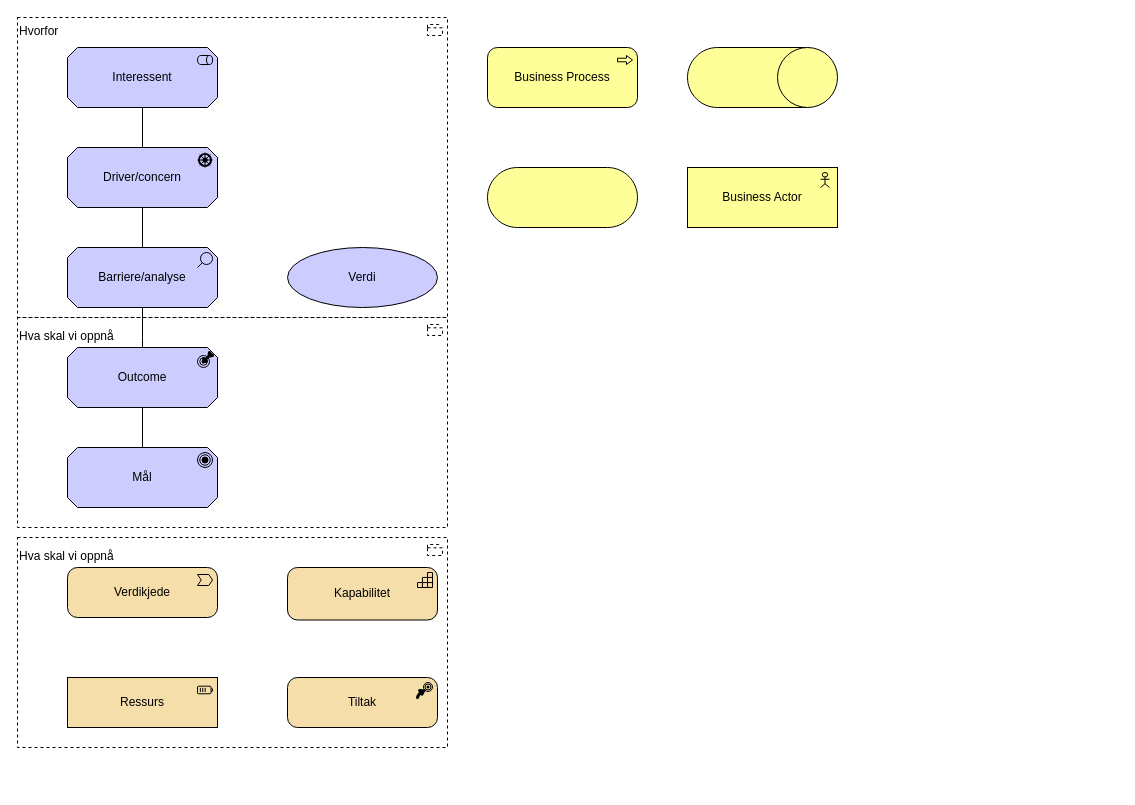
hdir/Digital-Forstelinje keeps this draw.io diagram as currentbuild/why/arkitektur-motivasjon.drawio. Above is the earlier version. Source tidied: cells renumbered, new cells numbered last; positions are measured from the earlier drawing's top-left corner, leaving out a move shared by most shapes. Both pictures are drawn from the tidied source at 100%, with x=0, y=0 at pixel (17, 17).
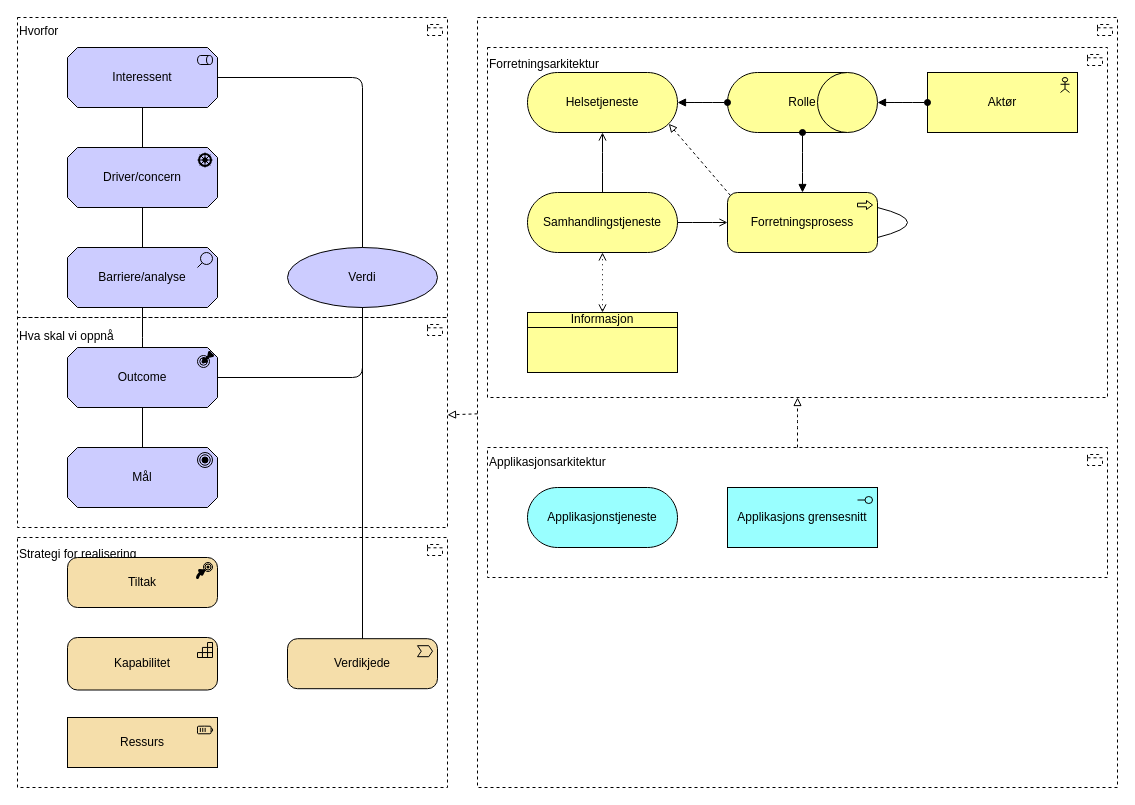
After the change.

The change refers to these unchanged cells:
```xml
<mxCell id="2" value="Hva skal vi oppnå&lt;div&gt;&lt;font color=&quot;#000000&quot;&gt;&lt;br&gt;&lt;/font&gt;&lt;/div&gt;&lt;div&gt;&lt;font color=&quot;#000000&quot;&gt;&lt;br&gt;&lt;/font&gt;&lt;/div&gt;&lt;div&gt;&lt;font color=&quot;#000000&quot;&gt;&lt;br&gt;&lt;/font&gt;&lt;/div&gt;&lt;div&gt;&lt;font color=&quot;#000000&quot;&gt;&lt;br&gt;&lt;/font&gt;&lt;/div&gt;&lt;div&gt;&lt;font color=&quot;#000000&quot;&gt;&lt;br&gt;&lt;/font&gt;&lt;/div&gt;&lt;div&gt;&lt;font color=&quot;#000000&quot;&gt;&lt;br&gt;&lt;/font&gt;&lt;/div&gt;&lt;div&gt;&lt;font color=&quot;#000000&quot;&gt;&lt;br&gt;&lt;/font&gt;&lt;/div&gt;&lt;div&gt;&lt;font color=&quot;#000000&quot;&gt;&lt;br&gt;&lt;/font&gt;&lt;/div&gt;&lt;div&gt;&lt;font color=&quot;#000000&quot;&gt;&lt;br&gt;&lt;/font&gt;&lt;div&gt;&lt;br&gt;&lt;/div&gt;&lt;div&gt;&lt;br&gt;&lt;/div&gt;&lt;div&gt;&lt;br&gt;&lt;/div&gt;&lt;/div&gt;" style="html=1;outlineConnect=0;whiteSpace=wrap;shape=mxgraph.archimate3.application;appType=grouping;archiType=square;dashed=1;fillColor=none;align=left;" parent="1" vertex="1">
  <mxGeometry y="300" width="430" height="210" as="geometry" />
</mxCell>
<mxCell id="4" value="Interessent" style="html=1;outlineConnect=0;whiteSpace=wrap;fillColor=#CCCCFF;shape=mxgraph.archimate3.application;appType=role;archiType=oct;" parent="1" vertex="1">
  <mxGeometry x="50" y="30" width="150" height="60" as="geometry" />
</mxCell>
<mxCell id="6" value="Outcome" style="html=1;outlineConnect=0;whiteSpace=wrap;fillColor=#CCCCFF;shape=mxgraph.archimate3.application;appType=outcome;archiType=oct;" parent="1" vertex="1">
  <mxGeometry x="50" y="330" width="150" height="60" as="geometry" />
</mxCell>
<mxCell id="12" value="Verdi" style="shape=ellipse;html=1;whiteSpace=wrap;fillColor=#CCCCFF;" parent="1" vertex="1">
  <mxGeometry x="270" y="230" width="150" height="60" as="geometry" />
</mxCell>
```

The edit, as a diff of the source:
```diff
@@
+    <mxCell id="23" value="&lt;div&gt;&lt;br&gt;&lt;/div&gt;&lt;div&gt;&lt;br&gt;&lt;/div&gt;&lt;div&gt;&lt;br&gt;&lt;/div&gt;&lt;div&gt;&lt;br&gt;&lt;/div&gt;&lt;div&gt;&lt;br&gt;&lt;/div&gt;&lt;div&gt;&lt;br&gt;&lt;/div&gt;&lt;div&gt;&lt;br&gt;&lt;/div&gt;&lt;div&gt;&lt;br&gt;&lt;/div&gt;&lt;div&gt;&lt;br&gt;&lt;/div&gt;&lt;div&gt;&lt;br&gt;&lt;/div&gt;&lt;div&gt;&lt;br&gt;&lt;/div&gt;&lt;div&gt;&lt;br&gt;&lt;/div&gt;&lt;div&gt;&lt;br&gt;&lt;/div&gt;&lt;div&gt;&lt;br&gt;&lt;/div&gt;&lt;div&gt;&lt;br&gt;&lt;/div&gt;&lt;div&gt;&lt;br&gt;&lt;/div&gt;&lt;div&gt;&lt;br&gt;&lt;/div&gt;&lt;div&gt;&lt;br&gt;&lt;/div&gt;&lt;div&gt;&lt;br&gt;&lt;/div&gt;&lt;div&gt;&lt;br&gt;&lt;/div&gt;&lt;div&gt;&lt;br&gt;&lt;/div&gt;&lt;div&gt;&lt;br&gt;&lt;/div&gt;" style="html=1;outlineConnect=0;whiteSpace=wrap;shape=mxgraph.archimate3.application;appType=grouping;archiType=square;dashed=1;fillColor=none;align=left;" parent="1" vertex="1">
+      <mxGeometry x="460" width="640" height="770" as="geometry" />
+    </mxCell>
+    <mxCell id="24" value="&lt;div&gt;Forretningsarkitektur&lt;/div&gt;&lt;div&gt;&lt;br&gt;&lt;/div&gt;&lt;div&gt;&lt;br&gt;&lt;/div&gt;&lt;div&gt;&lt;br&gt;&lt;/div&gt;&lt;div&gt;&lt;br&gt;&lt;/div&gt;&lt;div&gt;&lt;br&gt;&lt;/div&gt;&lt;div&gt;&lt;br&gt;&lt;/div&gt;&lt;div&gt;&lt;br&gt;&lt;/div&gt;&lt;div&gt;&lt;br&gt;&lt;/div&gt;&lt;div&gt;&lt;br&gt;&lt;/div&gt;&lt;div&gt;&lt;br&gt;&lt;/div&gt;&lt;div&gt;&lt;br&gt;&lt;/div&gt;&lt;div&gt;&lt;br&gt;&lt;/div&gt;&lt;div&gt;&lt;br&gt;&lt;/div&gt;&lt;div&gt;&lt;br&gt;&lt;/div&gt;&lt;div&gt;&lt;br&gt;&lt;/div&gt;&lt;div&gt;&lt;br&gt;&lt;/div&gt;&lt;div&gt;&lt;br&gt;&lt;/div&gt;&lt;div&gt;&lt;br&gt;&lt;/div&gt;&lt;div&gt;&lt;br&gt;&lt;/div&gt;&lt;div&gt;&lt;br&gt;&lt;/div&gt;&lt;div&gt;&lt;br&gt;&lt;/div&gt;&lt;div&gt;&lt;br&gt;&lt;/div&gt;" style="html=1;outlineConnect=0;whiteSpace=wrap;shape=mxgraph.archimate3.application;appType=grouping;archiType=square;dashed=1;fillColor=none;align=left;" parent="1" vertex="1">
+      <mxGeometry x="470" y="30" width="620" height="350" as="geometry" />
+    </mxCell>
+    <mxCell id="22" value="Strategi for realisering&lt;div&gt;&lt;font color=&quot;#000000&quot;&gt;&lt;br&gt;&lt;/font&gt;&lt;/div&gt;&lt;div&gt;&lt;font color=&quot;#000000&quot;&gt;&lt;br&gt;&lt;/font&gt;&lt;/div&gt;&lt;div&gt;&lt;font color=&quot;#000000&quot;&gt;&lt;br&gt;&lt;/font&gt;&lt;div&gt;&lt;font color=&quot;#000000&quot;&gt;&lt;br&gt;&lt;/font&gt;&lt;/div&gt;&lt;div&gt;&lt;font color=&quot;#000000&quot;&gt;&lt;br&gt;&lt;/font&gt;&lt;/div&gt;&lt;div&gt;&lt;font color=&quot;#000000&quot;&gt;&lt;br&gt;&lt;/font&gt;&lt;/div&gt;&lt;div&gt;&lt;font color=&quot;#000000&quot;&gt;&lt;br&gt;&lt;/font&gt;&lt;/div&gt;&lt;div&gt;&lt;font color=&quot;#000000&quot;&gt;&lt;br&gt;&lt;/font&gt;&lt;/div&gt;&lt;div&gt;&lt;font color=&quot;#000000&quot;&gt;&lt;br&gt;&lt;/font&gt;&lt;/div&gt;&lt;div&gt;&lt;font color=&quot;#000000&quot;&gt;&lt;br&gt;&lt;/font&gt;&lt;/div&gt;&lt;div&gt;&lt;font color=&quot;#000000&quot;&gt;&lt;br&gt;&lt;/font&gt;&lt;/div&gt;&lt;div&gt;&lt;font color=&quot;#000000&quot;&gt;&lt;br&gt;&lt;/font&gt;&lt;div&gt;&lt;br&gt;&lt;/div&gt;&lt;div&gt;&lt;br&gt;&lt;/div&gt;&lt;div&gt;&lt;br&gt;&lt;/div&gt;&lt;/div&gt;&lt;/div&gt;" style="html=1;whiteSpace=wrap;shape=mxgraph.archimate3.application;appType=grouping;archiType=square;dashed=1;fillColor=none;align=left;" parent="1" vertex="1">
+      <mxGeometry y="520" width="430" height="250" as="geometry" />
+    </mxCell>
@@
+    <mxCell id="21" value="Hvorfor&lt;div&gt;&lt;br&gt;&lt;/div&gt;&lt;div&gt;&lt;br&gt;&lt;/div&gt;&lt;div&gt;&lt;br&gt;&lt;/div&gt;&lt;div&gt;&lt;br&gt;&lt;/div&gt;&lt;div&gt;&lt;br&gt;&lt;/div&gt;&lt;div&gt;&lt;br&gt;&lt;/div&gt;&lt;div&gt;&lt;br&gt;&lt;/div&gt;&lt;div&gt;&lt;br&gt;&lt;/div&gt;&lt;div&gt;&lt;br&gt;&lt;/div&gt;&lt;div&gt;&lt;br&gt;&lt;/div&gt;&lt;div&gt;&lt;br&gt;&lt;/div&gt;&lt;div&gt;&lt;br&gt;&lt;/div&gt;&lt;div&gt;&lt;br&gt;&lt;/div&gt;&lt;div&gt;&lt;br&gt;&lt;/div&gt;&lt;div&gt;&lt;br&gt;&lt;/div&gt;&lt;div&gt;&lt;br&gt;&lt;/div&gt;&lt;div&gt;&lt;br&gt;&lt;/div&gt;&lt;div&gt;&lt;br&gt;&lt;/div&gt;&lt;div&gt;&lt;br&gt;&lt;/div&gt;" style="html=1;whiteSpace=wrap;shape=mxgraph.archimate3.application;appType=grouping;archiType=square;dashed=1;fillColor=none;align=left;" parent="1" vertex="1">
+      <mxGeometry width="430" height="300" as="geometry" />
+    </mxCell>
@@
     <mxCell id="13" value="Verdikjede" style="html=1;outlineConnect=0;whiteSpace=wrap;fillColor=#F5DEAA;shape=mxgraph.archimate3.application;appType=valueStream;archiType=rounded;" parent="1" vertex="1">
-      <mxGeometry x="50" y="550" width="150" height="50" as="geometry" />
+      <mxGeometry x="270" y="621.2" width="150" height="50" as="geometry" />
     </mxCell>
     <mxCell id="14" value="Kapabilitet" style="html=1;whiteSpace=wrap;fillColor=#F5DEAA;shape=mxgraph.archimate3.application;appType=capability;archiType=rounded;" parent="1" vertex="1">
-      <mxGeometry x="270" y="550" width="150" height="52.5" as="geometry" />
+      <mxGeometry x="50" y="620" width="150" height="52.5" as="geometry" />
     </mxCell>
     <mxCell id="15" value="Tiltak" style="html=1;whiteSpace=wrap;fillColor=#F5DEAA;shape=mxgraph.archimate3.application;appType=course;archiType=rounded;" parent="1" vertex="1">
-      <mxGeometry x="270" y="660" width="150" height="50" as="geometry" />
+      <mxGeometry x="50" y="540" width="150" height="50" as="geometry" />
     </mxCell>
     <mxCell id="16" value="Ressurs" style="html=1;whiteSpace=wrap;fillColor=#F5DEAA;shape=mxgraph.archimate3.application;appType=resource;archiType=square;" parent="1" vertex="1">
-      <mxGeometry x="50" y="660" width="150" height="50" as="geometry" />
+      <mxGeometry x="50" y="700" width="150" height="50" as="geometry" />
     </mxCell>
-    <mxCell id="17" style="html=1;outlineConnect=0;whiteSpace=wrap;fillColor=#ffff99;shape=mxgraph.archimate3.role;" parent="1" vertex="1">
-      <mxGeometry x="670" y="30" width="150" height="60" as="geometry" />
+    <mxCell id="17" value="Rolle" style="html=1;outlineConnect=0;whiteSpace=wrap;fillColor=#ffff99;shape=mxgraph.archimate3.role;" parent="1" vertex="1">
+      <mxGeometry x="710" y="55" width="150" height="60" as="geometry" />
     </mxCell>
-    <mxCell id="18" value="Business Process" style="html=1;outlineConnect=0;whiteSpace=wrap;fillColor=#ffff99;shape=mxgraph.archimate3.application;appType=proc;archiType=rounded;" parent="1" vertex="1">
-      <mxGeometry x="470" y="30" width="150" height="60" as="geometry" />
+    <mxCell id="18" value="Forretningsprosess" style="html=1;outlineConnect=0;whiteSpace=wrap;fillColor=#ffff99;shape=mxgraph.archimate3.application;appType=proc;archiType=rounded;" parent="1" vertex="1">
+      <mxGeometry x="710" y="175" width="150" height="60" as="geometry" />
     </mxCell>
-    <mxCell id="19" style="html=1;outlineConnect=0;whiteSpace=wrap;fillColor=#ffff99;shape=mxgraph.archimate3.service;" parent="1" vertex="1">
-      <mxGeometry x="470" y="150" width="150" height="60" as="geometry" />
+    <mxCell id="19" value="Samhandlingstjeneste" style="html=1;outlineConnect=0;whiteSpace=wrap;fillColor=#ffff99;shape=mxgraph.archimate3.service;" parent="1" vertex="1">
+      <mxGeometry x="510" y="175" width="150" height="60" as="geometry" />
     </mxCell>
-    <mxCell id="20" value="Business Actor" style="html=1;outlineConnect=0;whiteSpace=wrap;fillColor=#ffff99;shape=mxgraph.archimate3.application;appType=actor;archiType=square;" parent="1" vertex="1">
-      <mxGeometry x="670" y="150" width="150" height="60" as="geometry" />
+    <mxCell id="20" value="Aktør" style="html=1;outlineConnect=0;whiteSpace=wrap;fillColor=#ffff99;shape=mxgraph.archimate3.application;appType=actor;archiType=square;" parent="1" vertex="1">
+      <mxGeometry x="910" y="55" width="150" height="60" as="geometry" />
     </mxCell>
-    <mxCell id="21" value="Hvorfor&lt;div&gt;&lt;br&gt;&lt;/div&gt;&lt;div&gt;&lt;br&gt;&lt;/div&gt;&lt;div&gt;&lt;br&gt;&lt;/div&gt;&lt;div&gt;&lt;br&gt;&lt;/div&gt;&lt;div&gt;&lt;br&gt;&lt;/div&gt;&lt;div&gt;&lt;br&gt;&lt;/div&gt;&lt;div&gt;&lt;br&gt;&lt;/div&gt;&lt;div&gt;&lt;br&gt;&lt;/div&gt;&lt;div&gt;&lt;br&gt;&lt;/div&gt;&lt;div&gt;&lt;br&gt;&lt;/div&gt;&lt;div&gt;&lt;br&gt;&lt;/div&gt;&lt;div&gt;&lt;br&gt;&lt;/div&gt;&lt;div&gt;&lt;br&gt;&lt;/div&gt;&lt;div&gt;&lt;br&gt;&lt;/div&gt;&lt;div&gt;&lt;br&gt;&lt;/div&gt;&lt;div&gt;&lt;br&gt;&lt;/div&gt;&lt;div&gt;&lt;br&gt;&lt;/div&gt;&lt;div&gt;&lt;br&gt;&lt;/div&gt;&lt;div&gt;&lt;br&gt;&lt;/div&gt;" style="html=1;whiteSpace=wrap;shape=mxgraph.archimate3.application;appType=grouping;archiType=square;dashed=1;fillColor=none;align=left;" parent="1" vertex="1">
-      <mxGeometry width="430" height="300" as="geometry" />
-    </mxCell>
-    <mxCell id="22" value="Hva skal vi oppnå&lt;div&gt;&lt;font color=&quot;#000000&quot;&gt;&lt;br&gt;&lt;/font&gt;&lt;/div&gt;&lt;div&gt;&lt;font color=&quot;#000000&quot;&gt;&lt;br&gt;&lt;/font&gt;&lt;/div&gt;&lt;div&gt;&lt;font color=&quot;#000000&quot;&gt;&lt;br&gt;&lt;/font&gt;&lt;/div&gt;&lt;div&gt;&lt;font color=&quot;#000000&quot;&gt;&lt;br&gt;&lt;/font&gt;&lt;/div&gt;&lt;div&gt;&lt;font color=&quot;#000000&quot;&gt;&lt;br&gt;&lt;/font&gt;&lt;/div&gt;&lt;div&gt;&lt;font color=&quot;#000000&quot;&gt;&lt;br&gt;&lt;/font&gt;&lt;/div&gt;&lt;div&gt;&lt;font color=&quot;#000000&quot;&gt;&lt;br&gt;&lt;/font&gt;&lt;/div&gt;&lt;div&gt;&lt;font color=&quot;#000000&quot;&gt;&lt;br&gt;&lt;/font&gt;&lt;/div&gt;&lt;div&gt;&lt;font color=&quot;#000000&quot;&gt;&lt;br&gt;&lt;/font&gt;&lt;div&gt;&lt;br&gt;&lt;/div&gt;&lt;div&gt;&lt;br&gt;&lt;/div&gt;&lt;div&gt;&lt;br&gt;&lt;/div&gt;&lt;/div&gt;" style="html=1;whiteSpace=wrap;shape=mxgraph.archimate3.application;appType=grouping;archiType=square;dashed=1;fillColor=none;align=left;" parent="1" vertex="1">
-      <mxGeometry y="520" width="430" height="210" as="geometry" />
-    </mxCell>
+    <mxCell id="25" style="html=1;endArrow=none;elbow=vertical;entryX=0.5;entryY=1;entryDx=0;entryDy=0;exitX=1;exitY=0.5;exitDx=0;exitDy=0;exitPerimeter=0;edgeStyle=orthogonalEdgeStyle;" parent="1" edge="1" source="6" target="12">
+      <mxGeometry relative="1" as="geometry" />
+    </mxCell>
+    <mxCell id="26" style="html=1;endArrow=none;elbow=vertical;entryX=1;entryY=0.5;entryDx=0;entryDy=0;exitX=0.5;exitY=0;exitDx=0;exitDy=0;entryPerimeter=0;edgeStyle=orthogonalEdgeStyle;" parent="1" edge="1" source="12" target="4">
+      <mxGeometry relative="1" as="geometry" />
+    </mxCell>
+    <mxCell id="27" style="html=1;endArrow=none;elbow=vertical;entryX=0.5;entryY=1;entryDx=0;entryDy=0;exitX=0.5;exitY=0;exitDx=0;exitDy=0;exitPerimeter=0;edgeStyle=orthogonalEdgeStyle;" parent="1" edge="1" source="13" target="12">
+      <mxGeometry relative="1" as="geometry" />
+    </mxCell>
+    <mxCell id="28" value="Helsetjeneste" style="html=1;outlineConnect=0;whiteSpace=wrap;fillColor=#ffff99;shape=mxgraph.archimate3.service;" parent="1" vertex="1">
+      <mxGeometry x="510" y="55" width="150" height="60" as="geometry" />
+    </mxCell>
+    <mxCell id="29" value="Informasjon" style="html=1;outlineConnect=0;whiteSpace=wrap;fillColor=#ffff99;shape=mxgraph.archimate3.businessObject;overflow=fill;" parent="1" vertex="1">
+      <mxGeometry x="510" y="295" width="150" height="60" as="geometry" />
+    </mxCell>
+    <mxCell id="30" style="edgeStyle=elbowEdgeStyle;html=1;endArrow=open;elbow=vertical;endFill=1;entryX=0;entryY=0.5;entryDx=0;entryDy=0;entryPerimeter=0;exitX=0;exitY=0;exitDx=150;exitDy=30;exitPerimeter=0;" parent="1" edge="1" source="19" target="18">
+      <mxGeometry relative="1" as="geometry" />
+    </mxCell>
+    <mxCell id="31" style="edgeStyle=elbowEdgeStyle;html=1;endArrow=open;elbow=vertical;endFill=0;dashed=1;startArrow=open;startFill=0;dashPattern=1 4;entryX=0.5;entryY=1;entryDx=0;entryDy=0;entryPerimeter=0;exitX=0.5;exitY=0;exitDx=0;exitDy=0;exitPerimeter=0;" parent="1" edge="1" source="29" target="19">
+      <mxGeometry relative="1" as="geometry" />
+    </mxCell>
+    <mxCell id="32" style="html=1;endArrow=block;elbow=vertical;endFill=0;dashed=1;entryX=0;entryY=0;entryDx=141.3;entryDy=51.3;entryPerimeter=0;exitX=0;exitY=0;exitDx=2.9;exitDy=2.9;exitPerimeter=0;" parent="1" edge="1" source="18" target="28">
+      <mxGeometry relative="1" as="geometry" />
+    </mxCell>
+    <mxCell id="33" style="edgeStyle=elbowEdgeStyle;html=1;endArrow=open;elbow=vertical;endFill=1;entryX=0.5;entryY=1;entryDx=0;entryDy=0;entryPerimeter=0;exitX=0.5;exitY=0;exitDx=0;exitDy=0;exitPerimeter=0;" parent="1" edge="1" source="19" target="28">
+      <mxGeometry relative="1" as="geometry" />
+    </mxCell>
+    <mxCell id="34" style="endArrow=block;html=1;endFill=1;startArrow=oval;startFill=1;edgeStyle=elbowEdgeStyle;elbow=vertical;entryX=0;entryY=0;entryDx=150;entryDy=30;entryPerimeter=0;exitX=0;exitY=0.5;exitDx=0;exitDy=0;exitPerimeter=0;" parent="1" edge="1" source="17" target="28">
+      <mxGeometry relative="1" as="geometry" />
+    </mxCell>
+    <mxCell id="35" style="endArrow=block;html=1;endFill=1;startArrow=oval;startFill=1;edgeStyle=elbowEdgeStyle;elbow=vertical;entryX=1;entryY=0.5;entryDx=0;entryDy=0;entryPerimeter=0;exitX=0;exitY=0.5;exitDx=0;exitDy=0;exitPerimeter=0;" parent="1" edge="1" source="20" target="17">
+      <mxGeometry relative="1" as="geometry" />
+    </mxCell>
+    <mxCell id="36" style="endArrow=block;html=1;endFill=1;startArrow=oval;startFill=1;edgeStyle=elbowEdgeStyle;elbow=vertical;exitX=0.5;exitY=1;exitDx=0;exitDy=0;exitPerimeter=0;entryX=0.5;entryY=0;entryDx=0;entryDy=0;entryPerimeter=0;" parent="1" edge="1" source="17" target="18">
+      <mxGeometry relative="1" as="geometry" />
+    </mxCell>
+    <mxCell id="37" value="&lt;div&gt;Applikasjonsarkitektur&lt;/div&gt;&lt;div&gt;&lt;br&gt;&lt;/div&gt;&lt;div&gt;&lt;br&gt;&lt;/div&gt;&lt;div&gt;&lt;br&gt;&lt;/div&gt;&lt;div&gt;&lt;br&gt;&lt;/div&gt;&lt;div&gt;&lt;br&gt;&lt;/div&gt;&lt;div&gt;&lt;br&gt;&lt;/div&gt;&lt;div&gt;&lt;br&gt;&lt;/div&gt;" style="html=1;outlineConnect=0;whiteSpace=wrap;shape=mxgraph.archimate3.application;appType=grouping;archiType=square;dashed=1;fillColor=none;align=left;" parent="1" vertex="1">
+      <mxGeometry x="470" y="430" width="620" height="130" as="geometry" />
+    </mxCell>
+    <mxCell id="38" style="edgeStyle=orthogonalEdgeStyle;html=1;endArrow=none;elbow=vertical;entryX=1;entryY=0.75;entryDx=0;entryDy=0;entryPerimeter=0;exitX=1;exitY=0.25;exitDx=0;exitDy=0;exitPerimeter=0;curved=1;" parent="1" edge="1" source="18" target="18">
+      <mxGeometry relative="1" as="geometry">
+        <Array as="points">
+          <mxPoint x="920" y="205" />
+        </Array>
+      </mxGeometry>
+    </mxCell>
+    <mxCell id="39" style="html=1;endArrow=block;elbow=vertical;endFill=0;dashed=1;" parent="1" edge="1" source="23" target="2">
+      <mxGeometry relative="1" as="geometry" />
+    </mxCell>
+    <mxCell id="40" value="Applikasjons grensesnitt" style="html=1;whiteSpace=wrap;fillColor=#99ffff;shape=mxgraph.archimate3.application;appType=interface;archiType=square;" parent="1" vertex="1">
+      <mxGeometry x="710" y="470" width="150" height="60" as="geometry" />
+    </mxCell>
+    <mxCell id="41" value="Applikasjonstjeneste" style="html=1;whiteSpace=wrap;fillColor=#99ffff;shape=mxgraph.archimate3.service;" parent="1" vertex="1">
+      <mxGeometry x="510" y="470" width="150" height="60" as="geometry" />
+    </mxCell>
+    <mxCell id="42" style="edgeStyle=elbowEdgeStyle;html=1;endArrow=block;elbow=vertical;endFill=0;dashed=1;entryX=0.5;entryY=1;entryDx=0;entryDy=0;entryPerimeter=0;exitX=0.5;exitY=0;exitDx=0;exitDy=0;exitPerimeter=0;" parent="1" edge="1" source="37" target="24">
+      <mxGeometry relative="1" as="geometry" />
+    </mxCell>
```
